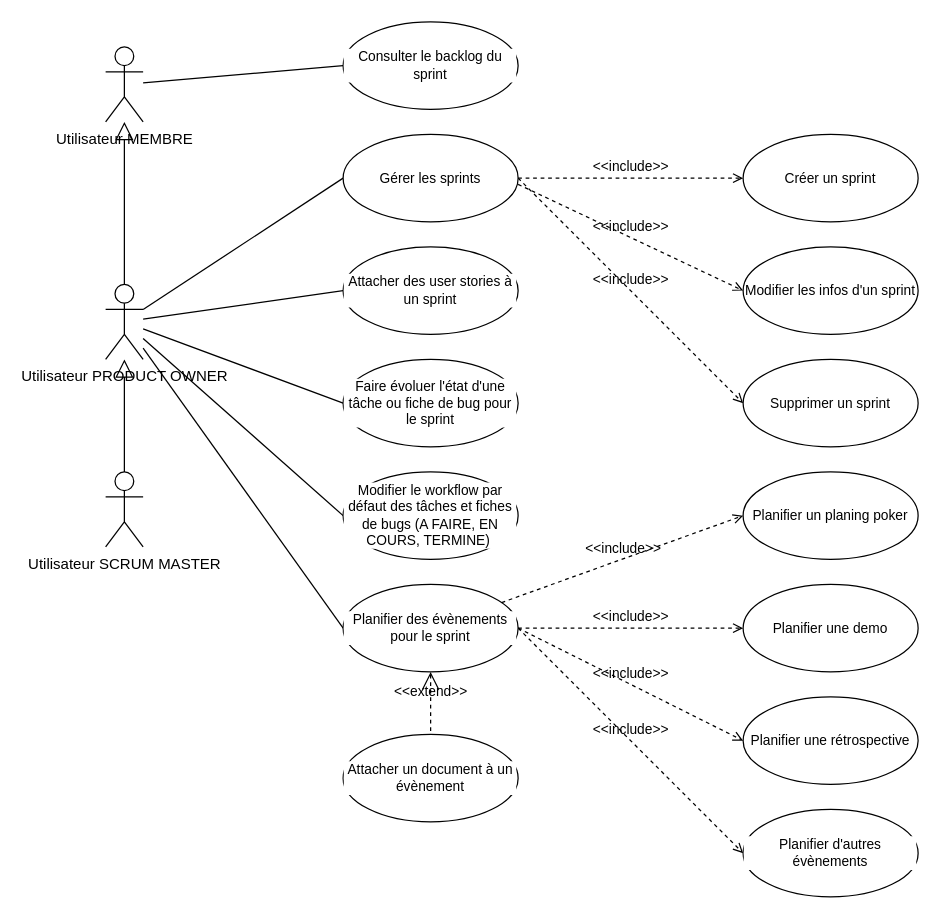
2024-D10-groupe-7/conception keeps this draw.io diagram as page "Sprints" (5 of 5) of src/ProjectManager - Use Cases Diagrams.drawio. Above is the earlier version. Source tidied: cells renumbered, new cells numbered last; positions are measured from the earlier drawing's top-left corner, leaving out a move shared by most shapes. Both pictures are drawn from the tidied source at 125%, with x=0, y=0 at pixel (105, 21).
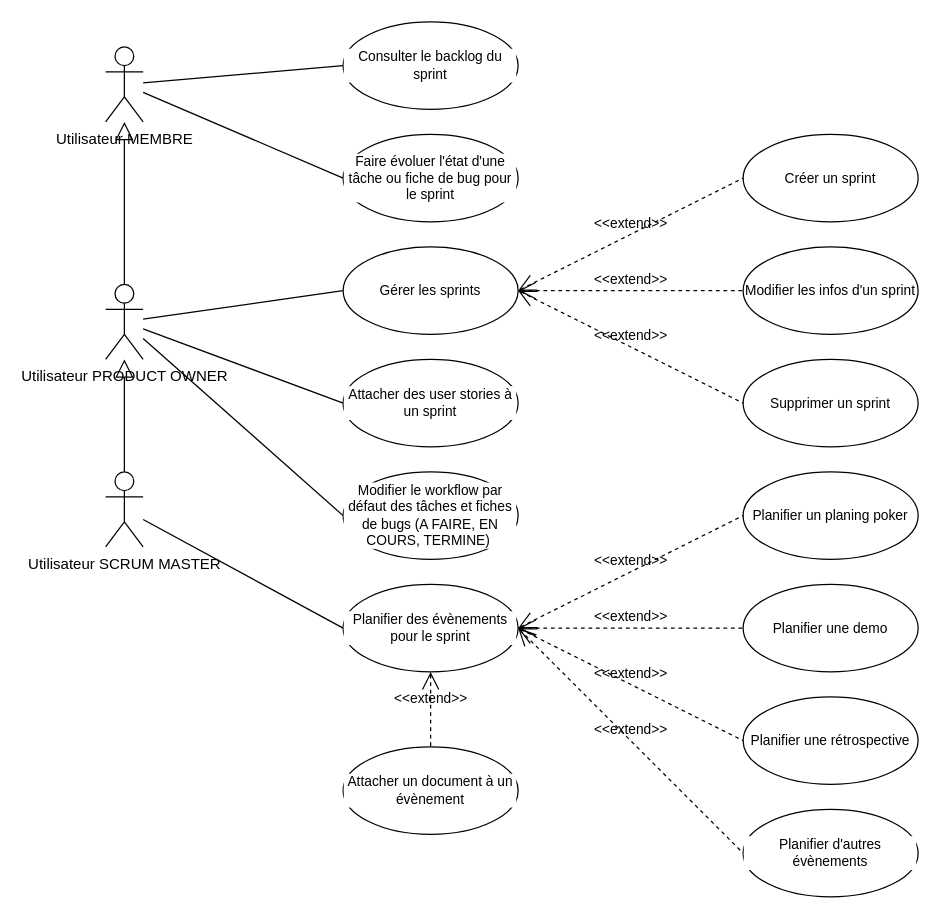
The same page after the edit.

Unchanged cells that the change refers to:
```xml
<mxCell id="6" value="Utilisateur PRODUCT OWNER&lt;div&gt;&lt;br&gt;&lt;/div&gt;" style="shape=umlActor;html=1;verticalLabelPosition=bottom;verticalAlign=top;align=center;" parent="1" vertex="1">
  <mxGeometry y="210" width="30" height="60" as="geometry" />
</mxCell>
<mxCell id="7" value="Utilisateur SCRUM MASTER&lt;div&gt;&lt;br&gt;&lt;/div&gt;" style="shape=umlActor;html=1;verticalLabelPosition=bottom;verticalAlign=top;align=center;" parent="1" vertex="1">
  <mxGeometry y="360" width="30" height="60" as="geometry" />
</mxCell>
<mxCell id="10" value="Utilisateur MEMBRE&lt;div&gt;&lt;br&gt;&lt;/div&gt;" style="shape=umlActor;html=1;verticalLabelPosition=bottom;verticalAlign=top;align=center;" parent="1" vertex="1">
  <mxGeometry y="20" width="30" height="60" as="geometry" />
</mxCell>
<mxCell id="13" value="Créer un sprint" style="ellipse;whiteSpace=wrap;html=1;fontFamily=Helvetica;fontSize=11;fontColor=default;labelBackgroundColor=default;" parent="1" vertex="1">
  <mxGeometry x="510" y="90" width="140" height="70" as="geometry" />
</mxCell>
<mxCell id="14" value="Modifier les infos d'un sprint" style="ellipse;whiteSpace=wrap;html=1;fontFamily=Helvetica;fontSize=11;fontColor=default;labelBackgroundColor=default;" parent="1" vertex="1">
  <mxGeometry x="510" y="180" width="140" height="70" as="geometry" />
</mxCell>
<mxCell id="15" value="Supprimer un sprint" style="ellipse;whiteSpace=wrap;html=1;fontFamily=Helvetica;fontSize=11;fontColor=default;labelBackgroundColor=default;" parent="1" vertex="1">
  <mxGeometry x="510" y="270" width="140" height="70" as="geometry" />
</mxCell>
<mxCell id="23" value="Planifier des évènements pour le sprint" style="ellipse;whiteSpace=wrap;html=1;fontFamily=Helvetica;fontSize=11;fontColor=default;labelBackgroundColor=default;" parent="1" vertex="1">
  <mxGeometry x="190" y="450" width="140" height="70" as="geometry" />
</mxCell>
<mxCell id="24" value="Planifier une demo" style="ellipse;whiteSpace=wrap;html=1;fontFamily=Helvetica;fontSize=11;fontColor=default;labelBackgroundColor=default;" parent="1" vertex="1">
  <mxGeometry x="510" y="450" width="140" height="70" as="geometry" />
</mxCell>
<mxCell id="25" value="Planifier une rétrospective" style="ellipse;whiteSpace=wrap;html=1;fontFamily=Helvetica;fontSize=11;fontColor=default;labelBackgroundColor=default;" parent="1" vertex="1">
  <mxGeometry x="510" y="540" width="140" height="70" as="geometry" />
</mxCell>
<mxCell id="26" value="Planifier d'autres évènements" style="ellipse;whiteSpace=wrap;html=1;fontFamily=Helvetica;fontSize=11;fontColor=default;labelBackgroundColor=default;" parent="1" vertex="1">
  <mxGeometry x="510" y="630" width="140" height="70" as="geometry" />
</mxCell>
<mxCell id="33" value="Planifier un planing poker" style="ellipse;whiteSpace=wrap;html=1;fontFamily=Helvetica;fontSize=11;fontColor=default;labelBackgroundColor=default;" parent="1" vertex="1">
  <mxGeometry x="510" y="360" width="140" height="70" as="geometry" />
</mxCell>
```

The edit, as a diff of the source:
```diff
@@
-    <mxCell id="3" style="edgeStyle=none;rounded=0;jettySize=auto;html=1;entryX=0;entryY=0.5;entryDx=0;entryDy=0;strokeColor=default;align=center;verticalAlign=middle;fontFamily=Helvetica;fontSize=11;fontColor=default;labelBackgroundColor=default;endArrow=none;endFill=0;" parent="1" edge="1" source="6" target="21">
+    <mxCell id="3" style="edgeStyle=none;rounded=0;jettySize=auto;html=1;entryX=0;entryY=0.5;entryDx=0;entryDy=0;strokeColor=default;align=center;verticalAlign=middle;fontFamily=Helvetica;fontSize=11;fontColor=default;labelBackgroundColor=default;endArrow=none;endFill=0;" parent="1" edge="1" source="10" target="21">
       <mxGeometry relative="1" as="geometry" />
     </mxCell>
@@
-    <mxCell id="5" style="edgeStyle=none;rounded=0;jettySize=auto;html=1;entryX=0;entryY=0.5;entryDx=0;entryDy=0;strokeColor=default;align=center;verticalAlign=middle;fontFamily=Helvetica;fontSize=11;fontColor=default;labelBackgroundColor=default;endArrow=none;endFill=0;" parent="1" edge="1" source="6" target="23">
+    <mxCell id="5" style="edgeStyle=none;rounded=0;jettySize=auto;html=1;entryX=0;entryY=0.5;entryDx=0;entryDy=0;strokeColor=default;align=center;verticalAlign=middle;fontFamily=Helvetica;fontSize=11;fontColor=default;labelBackgroundColor=default;endArrow=none;endFill=0;" parent="1" edge="1" source="7" target="23">
       <mxGeometry relative="1" as="geometry" />
     </mxCell>
@@
     <mxCell id="16" value="Gérer les sprints" style="ellipse;whiteSpace=wrap;html=1;fontFamily=Helvetica;fontSize=11;fontColor=default;labelBackgroundColor=default;" parent="1" vertex="1">
-      <mxGeometry x="190" y="90" width="140" height="70" as="geometry" />
+      <mxGeometry x="190" y="180" width="140" height="70" as="geometry" />
     </mxCell>
-    <mxCell id="17" value="&amp;lt;&amp;lt;include&amp;gt;&amp;gt;" style="edgeStyle=none;html=1;endArrow=open;verticalAlign=bottom;dashed=1;labelBackgroundColor=none;rounded=0;strokeColor=default;align=center;fontFamily=Helvetica;fontSize=11;fontColor=default;entryX=0;entryY=0.5;entryDx=0;entryDy=0;" parent="1" edge="1" target="14">
-      <mxGeometry relative="1" as="geometry">
-        <mxPoint x="330" y="130" as="sourcePoint" />
-      </mxGeometry>
-    </mxCell>
-    <mxCell id="18" value="&amp;lt;&amp;lt;include&amp;gt;&amp;gt;" style="edgeStyle=none;html=1;endArrow=open;verticalAlign=bottom;dashed=1;labelBackgroundColor=none;rounded=0;strokeColor=default;align=center;fontFamily=Helvetica;fontSize=11;fontColor=default;exitX=1;exitY=0.5;exitDx=0;exitDy=0;entryX=0;entryY=0.5;entryDx=0;entryDy=0;" parent="1" edge="1" source="16" target="13">
-      <mxGeometry relative="1" as="geometry" />
-    </mxCell>
-    <mxCell id="19" value="&amp;lt;&amp;lt;include&amp;gt;&amp;gt;" style="edgeStyle=none;html=1;endArrow=open;verticalAlign=bottom;dashed=1;labelBackgroundColor=none;rounded=0;strokeColor=default;align=center;fontFamily=Helvetica;fontSize=11;fontColor=default;entryX=0;entryY=0.5;entryDx=0;entryDy=0;exitX=1;exitY=0.5;exitDx=0;exitDy=0;" parent="1" edge="1" source="16" target="15">
-      <mxGeometry relative="1" as="geometry" />
-    </mxCell>
     <mxCell id="20" value="Attacher des user stories à un sprint" style="ellipse;whiteSpace=wrap;html=1;fontFamily=Helvetica;fontSize=11;fontColor=default;labelBackgroundColor=default;" parent="1" vertex="1">
-      <mxGeometry x="190" y="180" width="140" height="70" as="geometry" />
+      <mxGeometry x="190" y="270" width="140" height="70" as="geometry" />
     </mxCell>
     <mxCell id="21" value="Faire évoluer l'état d'une tâche ou fiche de bug pour le sprint" style="ellipse;whiteSpace=wrap;html=1;fontFamily=Helvetica;fontSize=11;fontColor=default;labelBackgroundColor=default;" parent="1" vertex="1">
-      <mxGeometry x="190" y="270" width="140" height="70" as="geometry" />
+      <mxGeometry x="190" y="90" width="140" height="70" as="geometry" />
     </mxCell>
@@
-    <mxCell id="27" value="&amp;lt;&amp;lt;include&amp;gt;&amp;gt;" style="edgeStyle=none;html=1;endArrow=open;verticalAlign=bottom;dashed=1;labelBackgroundColor=none;rounded=0;strokeColor=default;align=center;fontFamily=Helvetica;fontSize=11;fontColor=default;exitX=1;exitY=0.5;exitDx=0;exitDy=0;entryX=0;entryY=0.5;entryDx=0;entryDy=0;" parent="1" edge="1" source="23" target="24">
-      <mxGeometry relative="1" as="geometry" />
-    </mxCell>
-    <mxCell id="28" value="&amp;lt;&amp;lt;include&amp;gt;&amp;gt;" style="edgeStyle=none;html=1;endArrow=open;verticalAlign=bottom;dashed=1;labelBackgroundColor=none;rounded=0;strokeColor=default;align=center;fontFamily=Helvetica;fontSize=11;fontColor=default;exitX=1;exitY=0.5;exitDx=0;exitDy=0;entryX=0;entryY=0.5;entryDx=0;entryDy=0;" parent="1" edge="1" source="23" target="25">
-      <mxGeometry relative="1" as="geometry" />
-    </mxCell>
-    <mxCell id="29" value="&amp;lt;&amp;lt;include&amp;gt;&amp;gt;" style="edgeStyle=none;html=1;endArrow=open;verticalAlign=bottom;dashed=1;labelBackgroundColor=none;rounded=0;strokeColor=default;align=center;fontFamily=Helvetica;fontSize=11;fontColor=default;entryX=0;entryY=0.5;entryDx=0;entryDy=0;exitX=1;exitY=0.5;exitDx=0;exitDy=0;" parent="1" edge="1" source="23" target="26">
-      <mxGeometry relative="1" as="geometry" />
-    </mxCell>
     <mxCell id="30" value="Attacher un document à un évènement" style="ellipse;whiteSpace=wrap;html=1;fontFamily=Helvetica;fontSize=11;fontColor=default;labelBackgroundColor=default;" parent="1" vertex="1">
-      <mxGeometry x="190" y="570" width="140" height="70" as="geometry" />
+      <mxGeometry x="190" y="580" width="140" height="70" as="geometry" />
     </mxCell>
@@
+    <mxCell id="18" value="&amp;lt;&amp;lt;extend&amp;gt;&amp;gt;" style="edgeStyle=none;html=1;startArrow=open;endArrow=none;startSize=12;verticalAlign=bottom;dashed=1;labelBackgroundColor=none;rounded=0;entryX=0;entryY=0.5;entryDx=0;entryDy=0;exitX=1;exitY=0.5;exitDx=0;exitDy=0;" parent="1" edge="1" source="16" target="13">
+      <mxGeometry relative="1" as="geometry" />
+    </mxCell>
+    <mxCell id="35" value="&amp;lt;&amp;lt;extend&amp;gt;&amp;gt;" style="edgeStyle=none;html=1;startArrow=open;endArrow=none;startSize=12;verticalAlign=bottom;dashed=1;labelBackgroundColor=none;rounded=0;entryX=0;entryY=0.5;entryDx=0;entryDy=0;exitX=1;exitY=0.5;exitDx=0;exitDy=0;" parent="1" edge="1" source="16" target="14">
+      <mxGeometry relative="1" as="geometry" />
+    </mxCell>
+    <mxCell id="19" value="&amp;lt;&amp;lt;extend&amp;gt;&amp;gt;" style="edgeStyle=none;html=1;startArrow=open;endArrow=none;startSize=12;verticalAlign=bottom;dashed=1;labelBackgroundColor=none;rounded=0;entryX=0;entryY=0.5;entryDx=0;entryDy=0;exitX=1;exitY=0.5;exitDx=0;exitDy=0;" parent="1" edge="1" source="16" target="15">
+      <mxGeometry relative="1" as="geometry" />
+    </mxCell>
-    <mxCell id="34" value="&amp;lt;&amp;lt;include&amp;gt;&amp;gt;" style="edgeStyle=none;html=1;endArrow=open;verticalAlign=bottom;dashed=1;labelBackgroundColor=none;rounded=0;strokeColor=default;align=center;fontFamily=Helvetica;fontSize=11;fontColor=default;entryX=0;entryY=0.5;entryDx=0;entryDy=0;" parent="1" edge="1" source="23" target="33">
+    <mxCell id="34" value="&amp;lt;&amp;lt;extend&amp;gt;&amp;gt;" style="edgeStyle=none;html=1;startArrow=open;endArrow=none;startSize=12;verticalAlign=bottom;dashed=1;labelBackgroundColor=none;rounded=0;entryX=0;entryY=0.5;entryDx=0;entryDy=0;exitX=1;exitY=0.5;exitDx=0;exitDy=0;" parent="1" edge="1" source="23" target="33">
       <mxGeometry relative="1" as="geometry" />
     </mxCell>
+    <mxCell id="27" value="&amp;lt;&amp;lt;extend&amp;gt;&amp;gt;" style="edgeStyle=none;html=1;startArrow=open;endArrow=none;startSize=12;verticalAlign=bottom;dashed=1;labelBackgroundColor=none;rounded=0;entryX=0;entryY=0.5;entryDx=0;entryDy=0;exitX=1;exitY=0.5;exitDx=0;exitDy=0;" parent="1" edge="1" source="23" target="24">
+      <mxGeometry relative="1" as="geometry" />
+    </mxCell>
+    <mxCell id="28" value="&amp;lt;&amp;lt;extend&amp;gt;&amp;gt;" style="edgeStyle=none;html=1;startArrow=open;endArrow=none;startSize=12;verticalAlign=bottom;dashed=1;labelBackgroundColor=none;rounded=0;entryX=0;entryY=0.5;entryDx=0;entryDy=0;exitX=1;exitY=0.5;exitDx=0;exitDy=0;" parent="1" edge="1" source="23" target="25">
+      <mxGeometry relative="1" as="geometry" />
+    </mxCell>
+    <mxCell id="29" value="&amp;lt;&amp;lt;extend&amp;gt;&amp;gt;" style="edgeStyle=none;html=1;startArrow=open;endArrow=none;startSize=12;verticalAlign=bottom;dashed=1;labelBackgroundColor=none;rounded=0;entryX=0;entryY=0.5;entryDx=0;entryDy=0;exitX=1;exitY=0.5;exitDx=0;exitDy=0;" parent="1" edge="1" source="23" target="26">
+      <mxGeometry relative="1" as="geometry" />
+    </mxCell>
```
